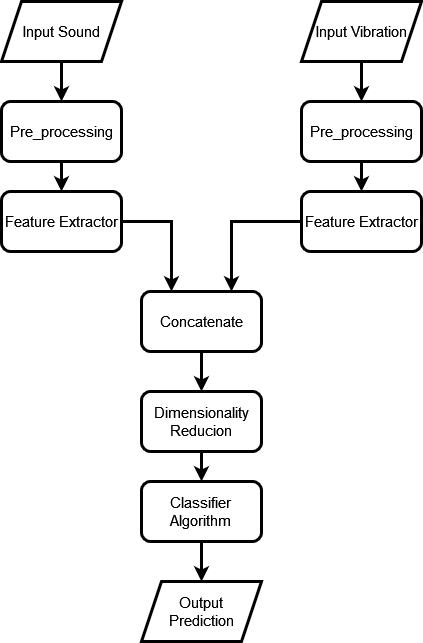
Before: ppt/IRV3.png, a diagram exported from draw.io (anthoniusadi/irv). Source tidied: cells renumbered, new cells last; positions are measured from the earlier drawing's top-left corner, leaving out a move shared by most shapes.
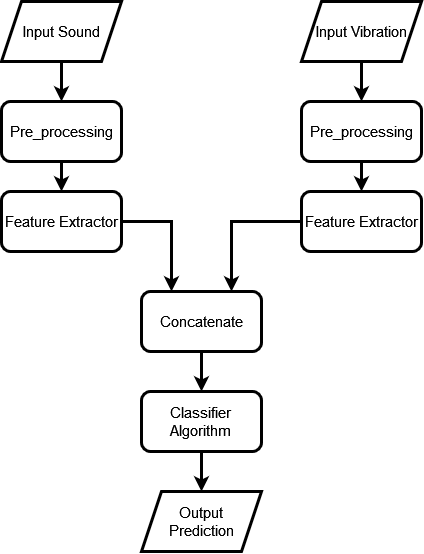
Above is the later version.

Change to the diagram source:
```diff
@@ -42,27 +42,20 @@
     <mxCell id="13" value="&lt;font style=&quot;font-size: 15px;&quot;&gt;Input Vibration&lt;/font&gt;" style="shape=parallelogram;perimeter=parallelogramPerimeter;whiteSpace=wrap;html=1;fixedSize=1;strokeWidth=3;" parent="1" vertex="1">
       <mxGeometry x="300" width="120" height="60" as="geometry" />
     </mxCell>
-    <mxCell id="14" style="edgeStyle=orthogonalEdgeStyle;rounded=0;jettySize=auto;html=1;strokeWidth=3;" parent="1" edge="1" target="16">
+    <mxCell id="14" style="edgeStyle=orthogonalEdgeStyle;rounded=0;orthogonalLoop=1;jettySize=auto;html=1;strokeWidth=3;" parent="1" edge="1">
       <mxGeometry relative="1" as="geometry">
         <mxPoint x="200" y="350" as="sourcePoint" />
+        <mxPoint x="200" y="390" as="targetPoint" />
       </mxGeometry>
     </mxCell>
-    <mxCell id="15" style="edgeStyle=orthogonalEdgeStyle;rounded=0;jettySize=auto;html=1;strokeWidth=3;" parent="1" edge="1" source="16">
-      <mxGeometry relative="1" as="geometry">
-        <mxPoint x="200" y="480" as="targetPoint" />
-      </mxGeometry>
-    </mxCell>
-    <mxCell id="16" value="&lt;font style=&quot;font-size: 15px;&quot;&gt;Dimensionality Reducion&lt;/font&gt;" style="rounded=1;whiteSpace=wrap;html=1;strokeWidth=3;" parent="1" vertex="1">
-      <mxGeometry x="140" y="390" width="120" height="60" as="geometry" />
-    </mxCell>
     <mxCell id="17" style="edgeStyle=orthogonalEdgeStyle;rounded=0;jettySize=auto;html=1;strokeWidth=3;" parent="1" edge="1" source="18" target="19">
       <mxGeometry relative="1" as="geometry" />
     </mxCell>
     <mxCell id="18" value="&lt;div style=&quot;font-size: 15px;&quot;&gt;&lt;font style=&quot;font-size: 15px;&quot;&gt;Classifier &lt;br&gt;&lt;/font&gt;&lt;/div&gt;&lt;div style=&quot;font-size: 15px;&quot;&gt;&lt;font style=&quot;font-size: 15px;&quot;&gt;Algorithm&lt;br&gt;&lt;/font&gt;&lt;/div&gt;" style="rounded=1;whiteSpace=wrap;html=1;strokeWidth=3;" parent="1" vertex="1">
-      <mxGeometry x="140" y="480" width="120" height="60" as="geometry" />
+      <mxGeometry x="140" y="390" width="120" height="60" as="geometry" />
     </mxCell>
     <mxCell id="19" value="&lt;div style=&quot;font-size: 15px;&quot;&gt;&lt;font style=&quot;font-size: 15px;&quot;&gt;Output&lt;/font&gt;&lt;/div&gt;&lt;div style=&quot;font-size: 15px;&quot;&gt;&lt;font style=&quot;font-size: 15px;&quot;&gt;Prediction&lt;/font&gt;&lt;/div&gt;" style="shape=parallelogram;perimeter=parallelogramPerimeter;whiteSpace=wrap;html=1;fixedSize=1;strokeWidth=3;" parent="1" vertex="1">
-      <mxGeometry x="140" y="580" width="120" height="60" as="geometry" />
+      <mxGeometry x="140" y="490" width="120" height="60" as="geometry" />
     </mxCell>
     <mxCell id="20" value="Concatenate" style="rounded=1;whiteSpace=wrap;html=1;strokeWidth=3;fontSize=15;" parent="1" vertex="1">
       <mxGeometry x="140" y="290" width="120" height="60" as="geometry" />
```
